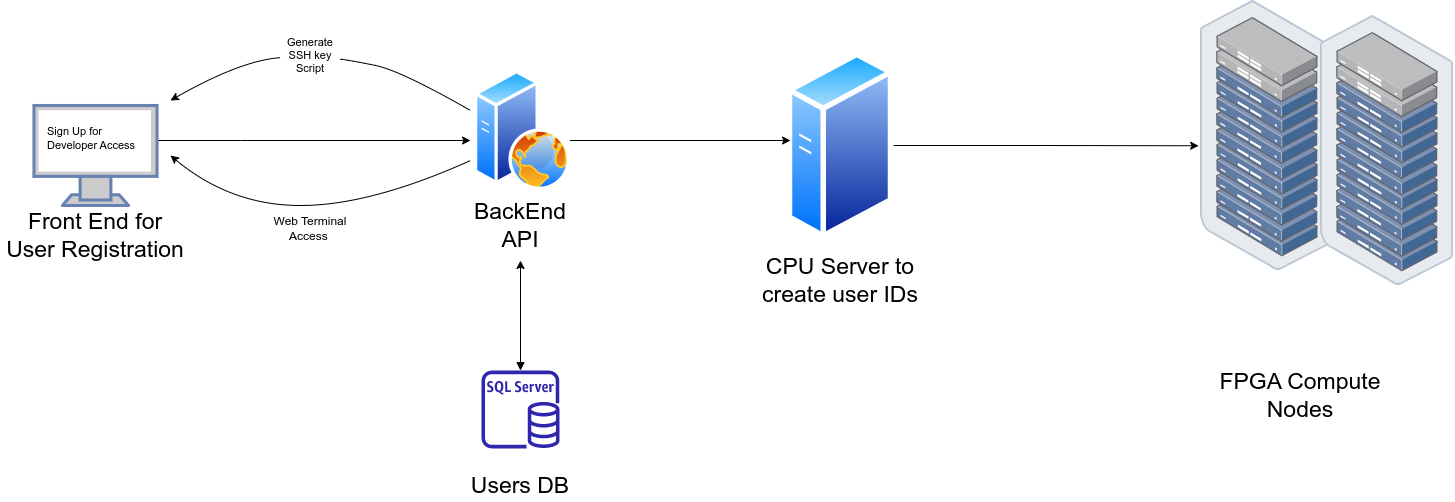
Earlier version of the draw.io export Intel DevCloud Flow.drawio.png (belanasaikiran/FlowCharts). Source tidied: cells renumbered, new cells last; positions are measured from the earlier drawing's top-left corner, leaving out a move shared by most shapes.
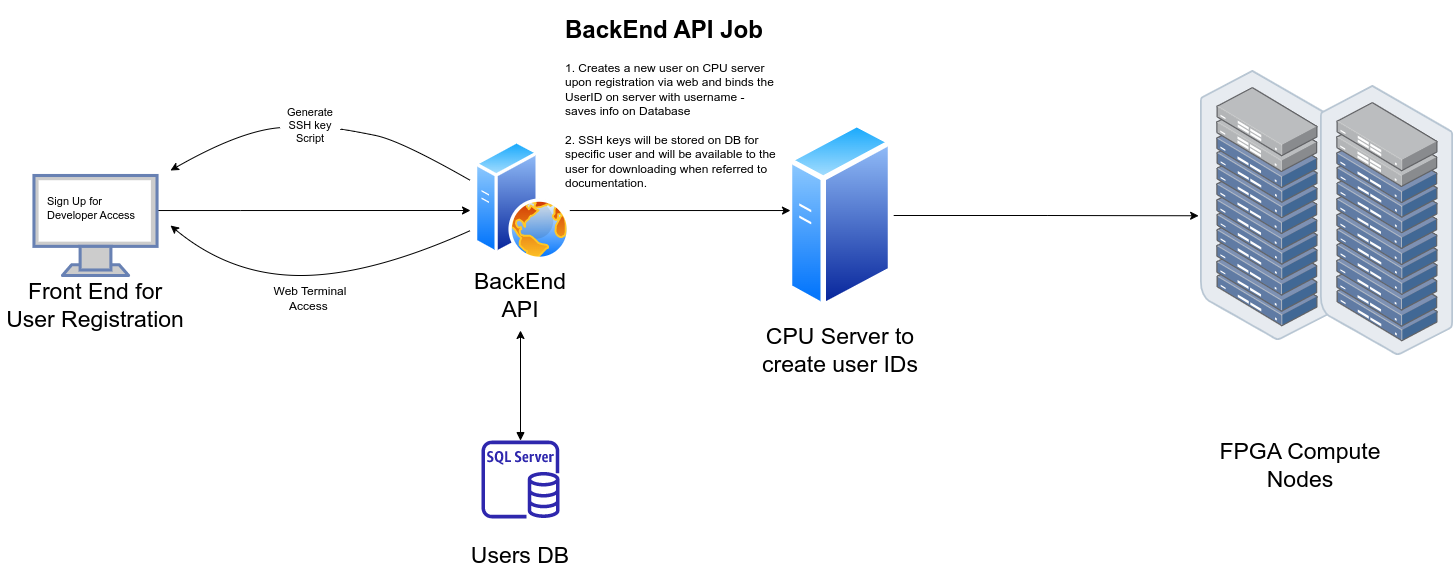
After the commit.

The edit, as a diff of the source:
```diff
@@ -108,5 +108,8 @@
         </Array>
       </mxGeometry>
     </mxCell>
+    <mxCell id="27" value="&lt;h1&gt;&lt;span style=&quot;background-color: initial;&quot;&gt;BackEnd API Job&lt;/span&gt;&lt;/h1&gt;&lt;div&gt;&lt;span style=&quot;font-size: 12px; font-weight: 400;&quot;&gt;1. Creates a new user on CPU server upon registration via web and binds the UserID on server with username - saves info on Database&lt;/span&gt;&lt;/div&gt;&lt;div&gt;&lt;span style=&quot;font-size: 12px; font-weight: 400;&quot;&gt;&lt;br&gt;&lt;/span&gt;&lt;/div&gt;&lt;div&gt;&lt;span style=&quot;font-size: 12px; font-weight: 400;&quot;&gt;2. SSH keys will be stored on DB for specific user and will be available to the user for downloading when referred to documentation.&lt;/span&gt;&lt;/div&gt;&lt;div&gt;&lt;span style=&quot;font-size: 12px; font-weight: 400;&quot;&gt;&lt;br&gt;&lt;/span&gt;&lt;/div&gt;" style="text;html=1;strokeColor=none;fillColor=none;spacing=5;spacingTop=-20;whiteSpace=wrap;overflow=hidden;rounded=0;" parent="1" vertex="1">
+      <mxGeometry x="560" y="-60" width="220" height="185" as="geometry" />
+    </mxCell>
   </root>
 </mxGraphModel>
```
